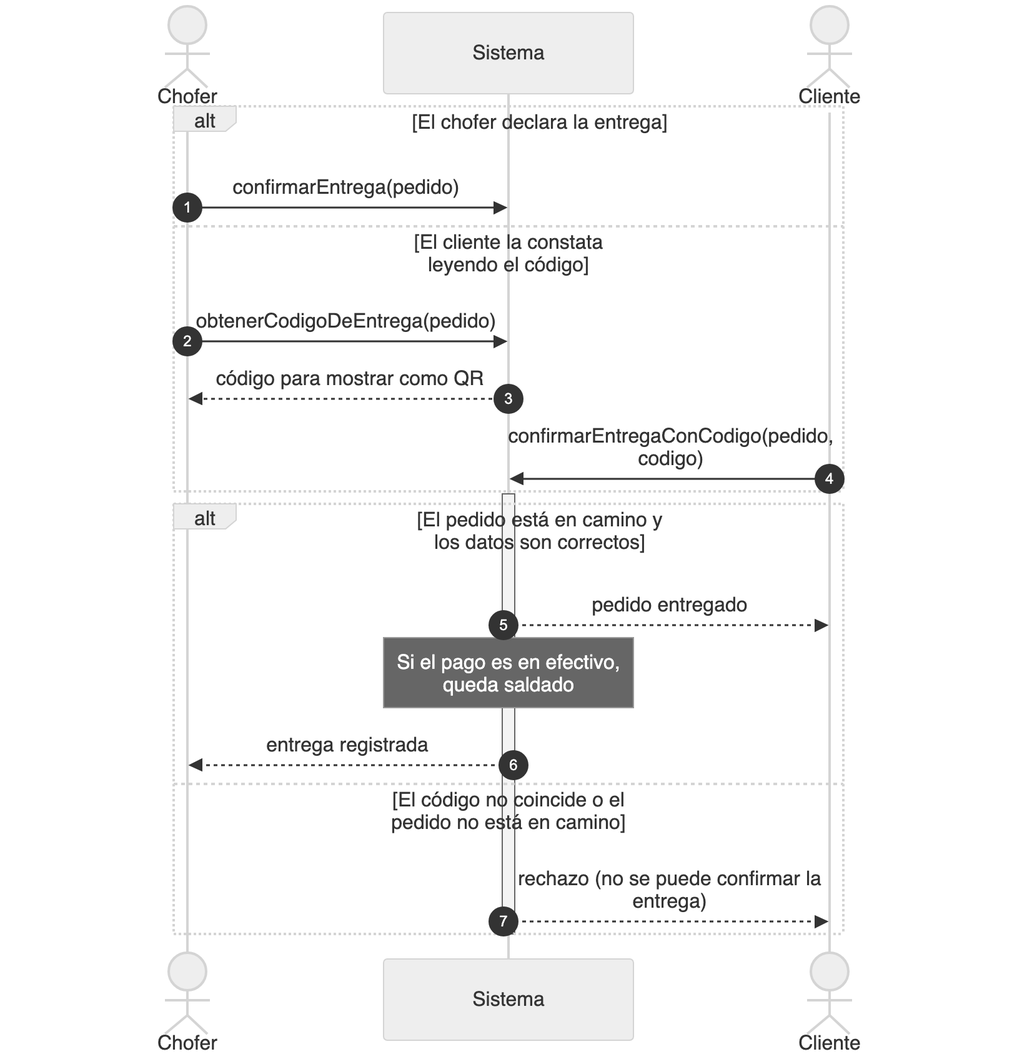
Before: diagramas/png/DSS_CU-020_Confirmar-Entrega.png, a diagram exported from Mermaid (Nahuelito-Dev/splg-docs). Its source is kept beside it as diagramas/DSS_CU-020_Confirmar-Entrega.mmd. Source of this version:
```mermaid
sequenceDiagram
    title DSS — CU-020 Confirmar Entrega
    autonumber
    actor CHO as Chofer
    participant SIS as Sistema
    actor CLI as Cliente

    alt El chofer declara la entrega
        CHO->>SIS: confirmarEntrega(pedido)
    else El cliente la constata leyendo el código
        CHO->>SIS: obtenerCodigoDeEntrega(pedido)
        SIS-->>CHO: código para mostrar como QR
        CLI->>SIS: confirmarEntregaConCodigo(pedido, codigo)
    end
    activate SIS
    alt El pedido está en camino y los datos son correctos
        SIS-->>CLI: pedido entregado
        Note over SIS: Si el pago es en efectivo,<br/>queda saldado
        SIS-->>CHO: entrega registrada
    else El pedido es de otra distribuidora
        SIS-->>CHO: recurso no encontrado
    else El pedido está asignado a otro chofer
        SIS-->>CHO: acceso denegado
    else El código no coincide o el pedido no está en camino
        SIS-->>CLI: rechazo (no se puede confirmar la entrega)
    end
    deactivate SIS
```
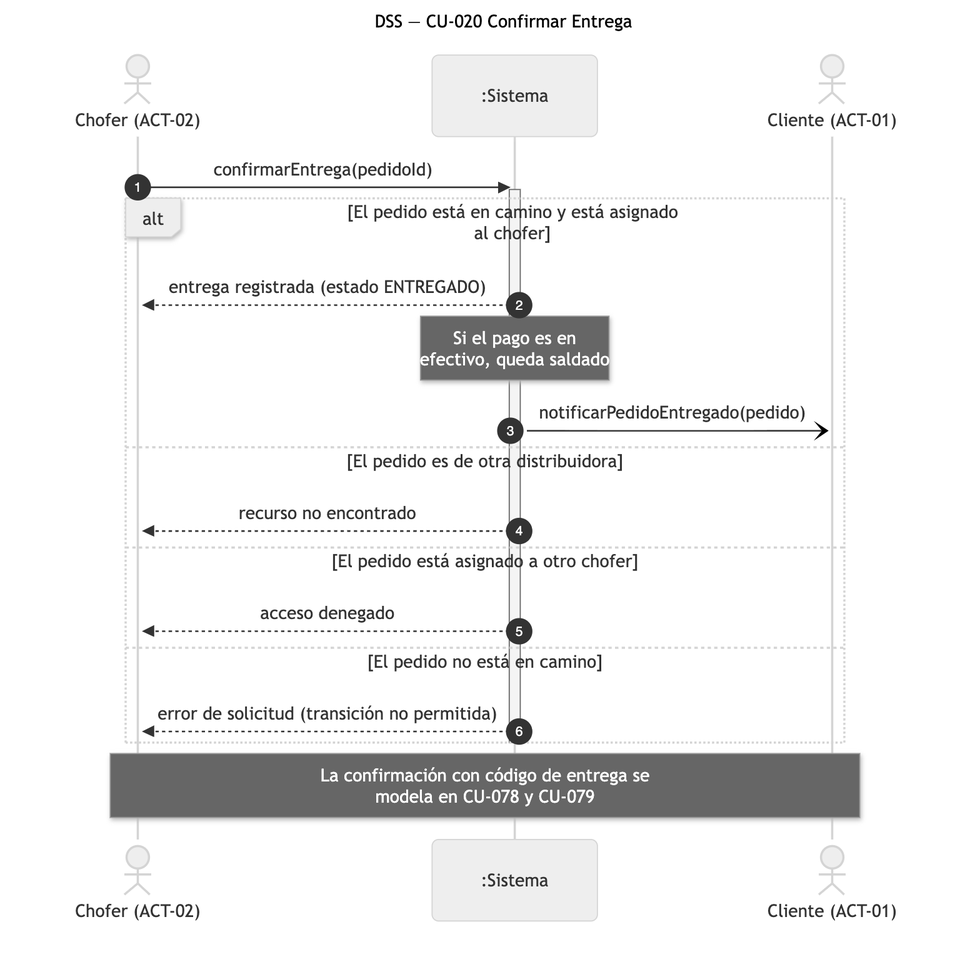
The same diagram one commit later.

What changed in the source:
```diff
@@ -1,27 +1,22 @@
 sequenceDiagram
     title DSS — CU-020 Confirmar Entrega
     autonumber
-    actor CHO as Chofer
-    participant SIS as Sistema
-    actor CLI as Cliente
+    actor CHO as Chofer (ACT-02)
+    participant SIS as :Sistema
+    actor CLI as Cliente (ACT-01)
 
-    alt El chofer declara la entrega
-        CHO->>SIS: confirmarEntrega(pedido)
-    else El cliente la constata leyendo el código
-        CHO->>SIS: obtenerCodigoDeEntrega(pedido)
-        SIS-->>CHO: código para mostrar como QR
-        CLI->>SIS: confirmarEntregaConCodigo(pedido, codigo)
-    end
+    CHO->>SIS: confirmarEntrega(pedidoId)
     activate SIS
-    alt El pedido está en camino y los datos son correctos
-        SIS-->>CLI: pedido entregado
-        Note over SIS: Si el pago es en efectivo,<br/>queda saldado
-        SIS-->>CHO: entrega registrada
+    alt El pedido está en camino y está asignado al chofer
+        SIS-->>CHO: entrega registrada (estado ENTREGADO)
+        Note over SIS: Si el pago es en<br/>efectivo, queda saldado
+        SIS-)CLI: notificarPedidoEntregado(pedido)
     else El pedido es de otra distribuidora
         SIS-->>CHO: recurso no encontrado
     else El pedido está asignado a otro chofer
         SIS-->>CHO: acceso denegado
-    else El código no coincide o el pedido no está en camino
-        SIS-->>CLI: rechazo (no se puede confirmar la entrega)
+    else El pedido no está en camino
+        SIS-->>CHO: error de solicitud (transición no permitida)
     end
     deactivate SIS
+    Note over CHO,CLI: La confirmación con código de entrega se<br/>modela en CU-078 y CU-079
```
